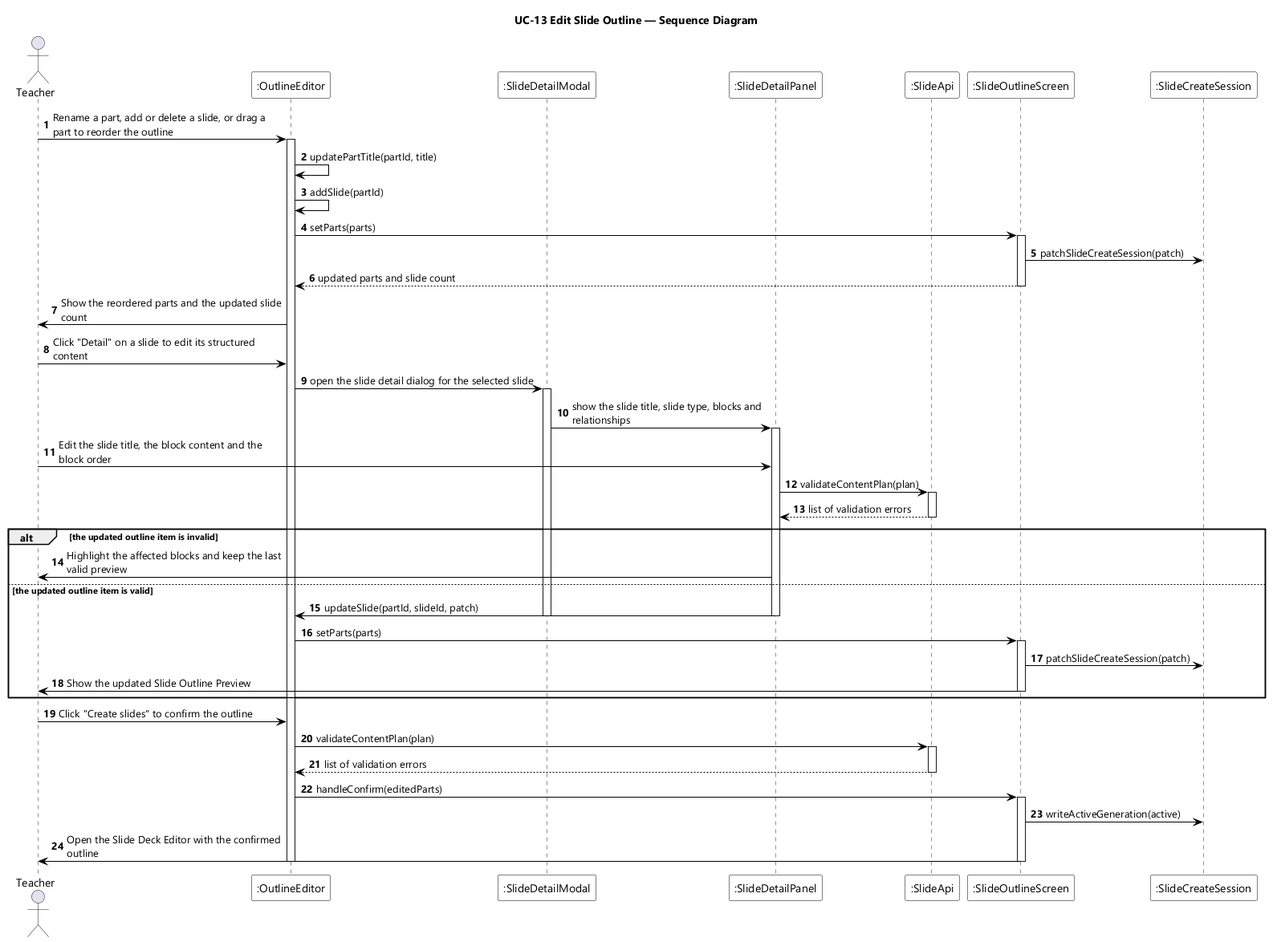
Earlier version of the PlantUML export designs/sds-diagrams/uc13/uc13-sequence-diagram.png (EduA-system/EduA-system).
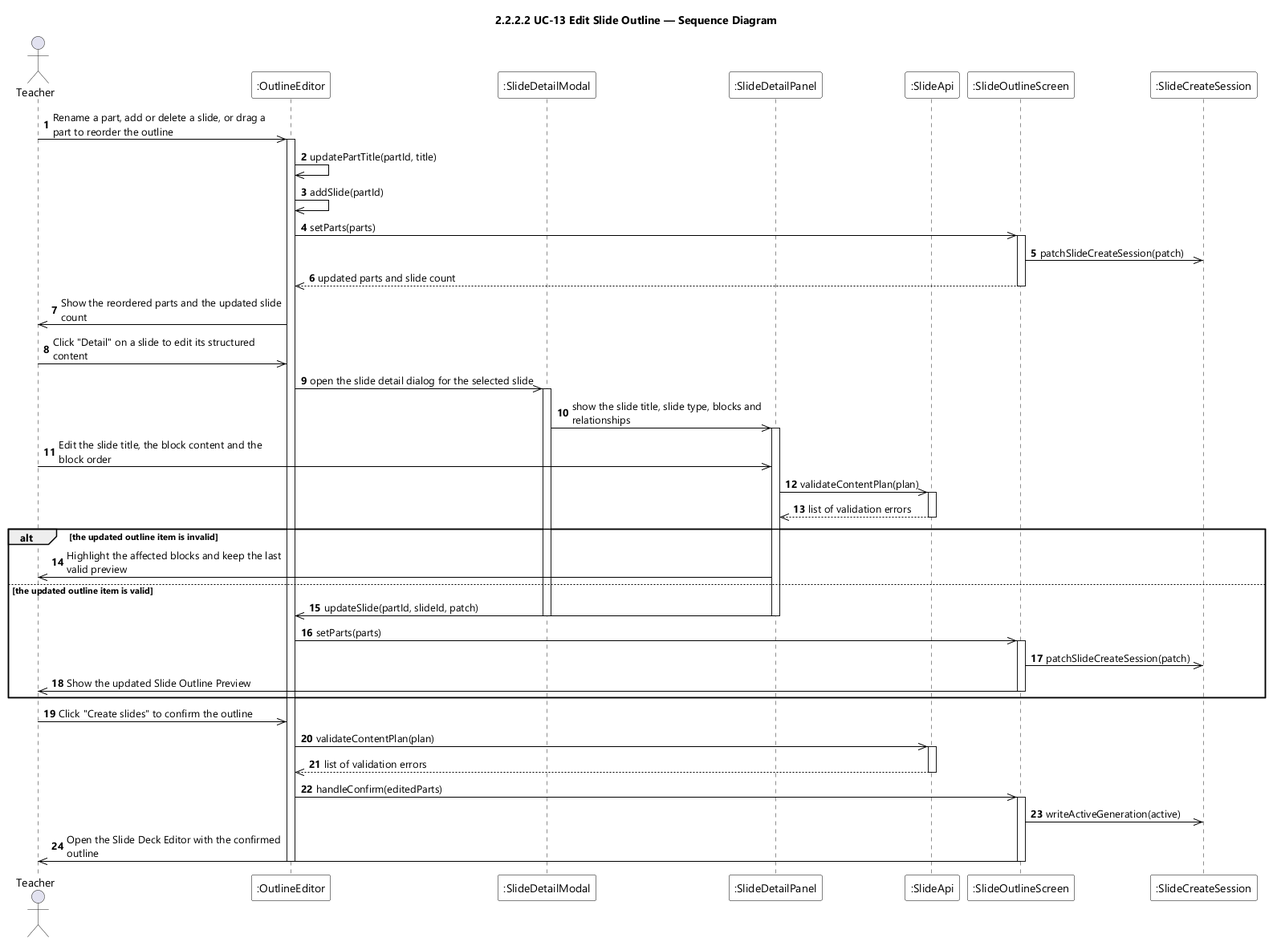
After the change.

What changed in the source:
```diff
@@ -7,7 +7,7 @@
 skinparam ArrowColor #000000
 skinparam sequenceMessageAlign left
 skinparam maxMessageSize 280
-title UC-13 Edit Slide Outline — Sequence Diagram
+title 2.2.2.2 UC-13 Edit Slide Outline — Sequence Diagram
 
 actor Teacher
 participant ":OutlineEditor" as OE
@@ -18,50 +18,50 @@
 participant ":SlideCreateSession" as SESSION
 
 autonumber
-Teacher -> OE : Rename a part, add or delete a slide, or drag a part to reorder the outline
+Teacher ->> OE : Rename a part, add or delete a slide, or drag a part to reorder the outline
 activate OE
-OE -> OE : updatePartTitle(partId, title)
-OE -> OE : addSlide(partId)
-OE -> SCR : setParts(parts)
+OE ->> OE : updatePartTitle(partId, title)
+OE ->> OE : addSlide(partId)
+OE ->> SCR : setParts(parts)
 activate SCR
-SCR -> SESSION : patchSlideCreateSession(patch)
-SCR --> OE : updated parts and slide count
+SCR ->> SESSION : patchSlideCreateSession(patch)
+SCR -->> OE : updated parts and slide count
 deactivate SCR
-OE -> Teacher : Show the reordered parts and the updated slide count
+OE ->> Teacher : Show the reordered parts and the updated slide count
 
-Teacher -> OE : Click "Detail" on a slide to edit its structured content
-OE -> MODAL : open the slide detail dialog for the selected slide
+Teacher ->> OE : Click "Detail" on a slide to edit its structured content
+OE ->> MODAL : open the slide detail dialog for the selected slide
 activate MODAL
-MODAL -> PANEL : show the slide title, slide type, blocks and relationships
+MODAL ->> PANEL : show the slide title, slide type, blocks and relationships
 activate PANEL
-Teacher -> PANEL : Edit the slide title, the block content and the block order
-PANEL -> API : validateContentPlan(plan)
+Teacher ->> PANEL : Edit the slide title, the block content and the block order
+PANEL ->> API : validateContentPlan(plan)
 activate API
-API --> PANEL : list of validation errors
+API -->> PANEL : list of validation errors
 deactivate API
 
 alt the updated outline item is invalid
-  PANEL -> Teacher : Highlight the affected blocks and keep the last valid preview
+  PANEL ->> Teacher : Highlight the affected blocks and keep the last valid preview
 else the updated outline item is valid
-  PANEL -> OE : updateSlide(partId, slideId, patch)
+  PANEL ->> OE : updateSlide(partId, slideId, patch)
   deactivate PANEL
   deactivate MODAL
-  OE -> SCR : setParts(parts)
+  OE ->> SCR : setParts(parts)
   activate SCR
-  SCR -> SESSION : patchSlideCreateSession(patch)
-  SCR -> Teacher : Show the updated Slide Outline Preview
+  SCR ->> SESSION : patchSlideCreateSession(patch)
+  SCR ->> Teacher : Show the updated Slide Outline Preview
   deactivate SCR
 end
 
-Teacher -> OE : Click "Create slides" to confirm the outline
-OE -> API : validateContentPlan(plan)
+Teacher ->> OE : Click "Create slides" to confirm the outline
+OE ->> API : validateContentPlan(plan)
 activate API
-API --> OE : list of validation errors
+API -->> OE : list of validation errors
 deactivate API
-OE -> SCR : handleConfirm(editedParts)
+OE ->> SCR : handleConfirm(editedParts)
 activate SCR
-SCR -> SESSION : writeActiveGeneration(active)
-SCR -> Teacher : Open the Slide Deck Editor with the confirmed outline
+SCR ->> SESSION : writeActiveGeneration(active)
+SCR ->> Teacher : Open the Slide Deck Editor with the confirmed outline
 deactivate SCR
 deactivate OE
 @enduml
```
